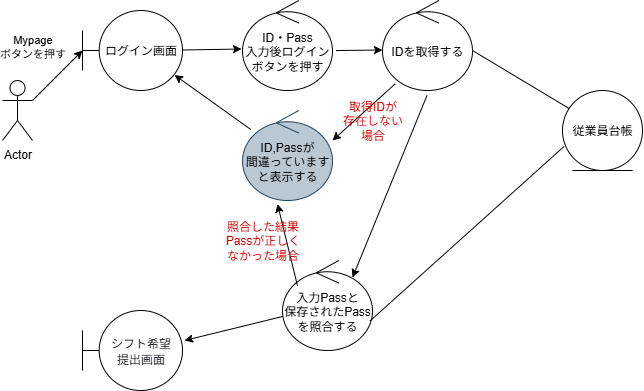
The draw.io diagram week4/usecase01_robustness.png in rei00125/data_structure, before a commit. Source tidied: cells renumbered, new cells last; positions are measured from the earlier drawing's top-left corner, leaving out a move shared by most shapes.
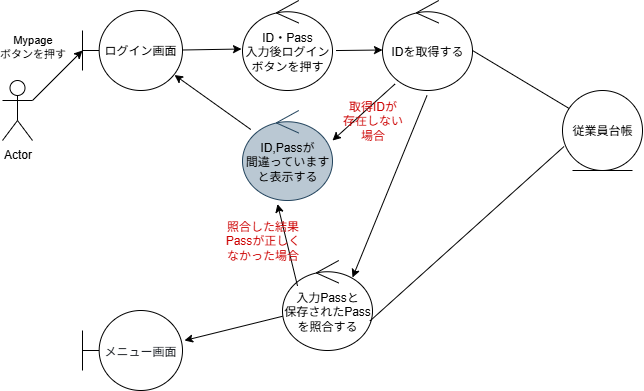
The same file after the commit.

Commit message:
ユースケース1のシフト希望提出画面という表記をメニュー画面に変更いたしました

What changed in the source:
```diff
@@ -44,7 +44,7 @@
     <mxCell id="11" style="endArrow=classic;html=1;rounded=0;entryX=1.02;entryY=0.375;entryDx=0;entryDy=0;entryPerimeter=0;" parent="1" edge="1" source="15" target="12">
       <mxGeometry relative="1" as="geometry" />
     </mxCell>
-    <mxCell id="12" value="&lt;div&gt;&lt;span style=&quot;color: rgb(31, 35, 40); font-family: -apple-system, BlinkMacSystemFont, &amp;quot;Segoe UI&amp;quot;, &amp;quot;Noto Sans&amp;quot;, Helvetica, Arial, sans-serif, &amp;quot;Apple Color Emoji&amp;quot;, &amp;quot;Segoe UI Emoji&amp;quot;; text-align: left; background-color: rgb(255, 255, 255);&quot;&gt;シフト希望&lt;/span&gt;&lt;/div&gt;&lt;div&gt;&lt;span style=&quot;color: rgb(31, 35, 40); font-family: -apple-system, BlinkMacSystemFont, &amp;quot;Segoe UI&amp;quot;, &amp;quot;Noto Sans&amp;quot;, Helvetica, Arial, sans-serif, &amp;quot;Apple Color Emoji&amp;quot;, &amp;quot;Segoe UI Emoji&amp;quot;; text-align: left; background-color: rgb(255, 255, 255);&quot;&gt;提出画面&lt;/span&gt;&lt;/div&gt;" style="shape=umlBoundary;whiteSpace=wrap;html=1;" parent="1" vertex="1">
+    <mxCell id="12" value="&lt;div style=&quot;text-align: left;&quot;&gt;&lt;font face=&quot;-apple-system, BlinkMacSystemFont, Segoe UI, Noto Sans, Helvetica, Arial, sans-serif, Apple Color Emoji, Segoe UI Emoji&quot; color=&quot;#1f2328&quot;&gt;&lt;span style=&quot;background-color: rgb(255, 255, 255);&quot;&gt;メニュー画面&lt;/span&gt;&lt;/font&gt;&lt;/div&gt;" style="shape=umlBoundary;whiteSpace=wrap;html=1;" parent="1" vertex="1">
       <mxGeometry x="80" y="310" width="100" height="80" as="geometry" />
     </mxCell>
     <mxCell id="13" value="従業員台帳" style="ellipse;shape=umlEntity;whiteSpace=wrap;html=1;" parent="1" vertex="1">
```
